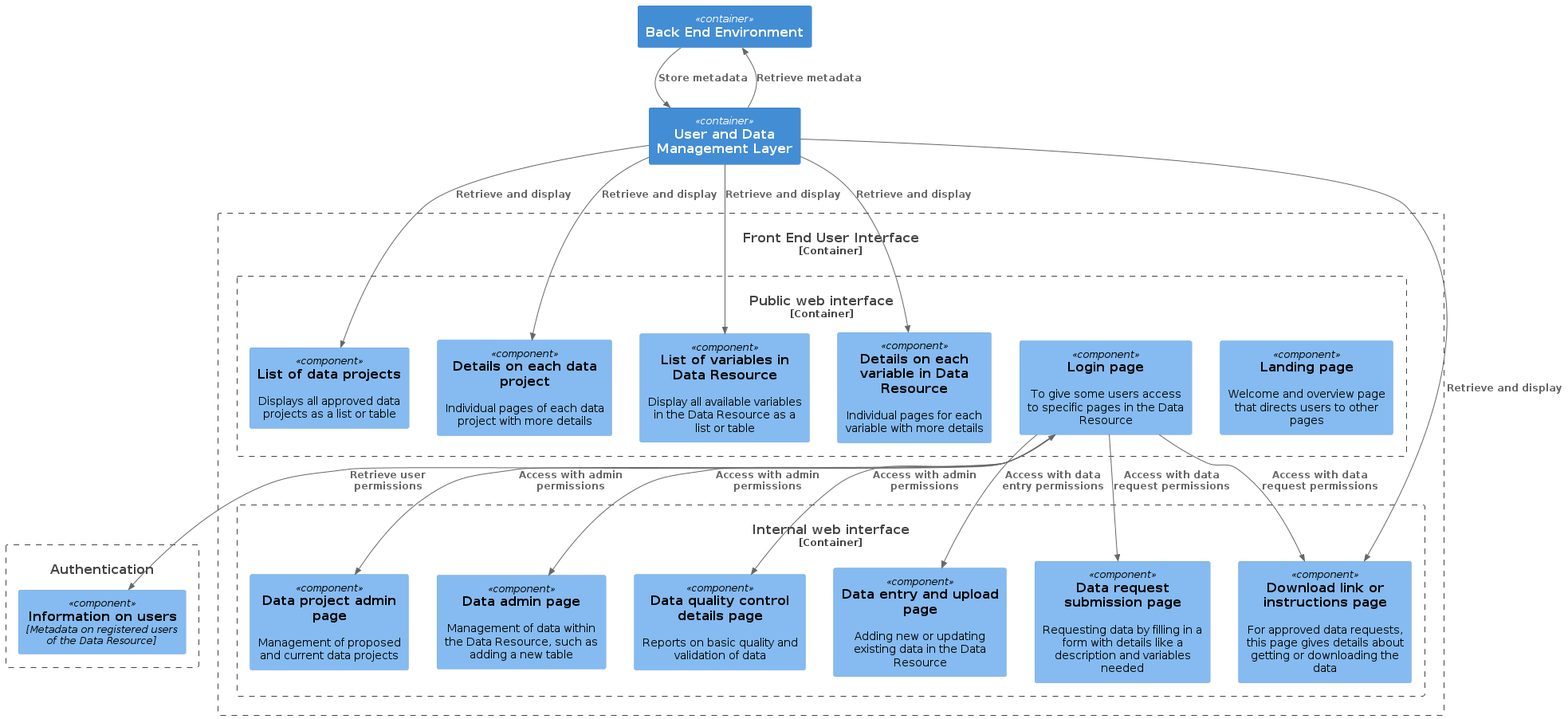
seedcase-project/seedcase-website keeps this PlantUML diagram as design/images/component-ui.png. Above is the earlier version. Its diagram source:
```plantuml
@startuml
!include  https://raw.githubusercontent.com/plantuml-stdlib/C4-PlantUML/master/C4_Component.puml

Container(bee, "Back End Environment")
Container(management, "User and Data Management Layer")
Container(auth, "Authentication")

Container_Boundary(ui, "Front End User Interface") {
  Container_Boundary(auth, "Authentication") {
    Component(user_info, "Information on users", "Metadata on registered users of the Data Resource")
  }
  Container_Boundary(web, "Public web interface") {
    Component(page_landing, "Landing page", $descr="Welcome and overview page that directs users to other pages")
    Component(page_login, "Login page", $descr="To give some users access to specific pages in the Data Resource")
    Component(page_projects_list, "List of data projects", $descr="Displays all approved data projects as a list or table")
    Component(page_projects_details, "Details on each data project", $descr="Individual pages of each data project with more details")
    Component(page_metadata_list, "List of variables in Data Resource", $descr="Display all available variables in the Data Resource as a list or table")
    Component(page_metadata_details, "Details on each variable in Data Resource", $descr="Individual pages for each variable with more details")
  }
  Container_Boundary(web_admin, "Internal web interface") {
    Component(page_project_admin, "Data project admin page", $descr="Management of proposed and current data projects")
    Component(page_data_admin, "Data admin page", $descr="Management of data within the Data Resource, such as adding a new table")
    Component(page_data_qc, "Data quality control details page", $descr="Reports on basic quality and validation of data")

    Component(page_data_upload, "Data entry and upload page", $descr="Adding new or updating existing data in the Data Resource")

    Component(page_data_request, "Data request submission page", $descr="Requesting data by filling in a form with details like a description and variables needed")
    Component(page_data_download, "Download link or instructions page", $descr="For approved data requests, this page gives details about getting or downloading the data")
  }
}

BiRel(page_login, user_info, "Retrieve user permissions")

Rel(page_login, page_data_upload, "Access with data entry permissions")

Rel(page_login, page_data_request, "Access with data request permissions")
Rel(page_login, page_data_download, "Access with data request permissions")

Rel(page_login, page_project_admin, "Access with admin permissions")
Rel(page_login, page_data_admin, "Access with admin permissions")
Rel(page_login, page_data_qc, "Access with admin permissions")

Rel(management, bee, "Retrieve metadata")
Rel(bee, management, "Store metadata")
Rel(management, page_projects_list, "Retrieve and display")
Rel(management, page_projects_details, "Retrieve and display")
Rel(management, page_metadata_list, "Retrieve and display")
Rel(management, page_metadata_details, "Retrieve and display")

Rel(management, page_data_download, "Retrieve and display")
@enduml
```
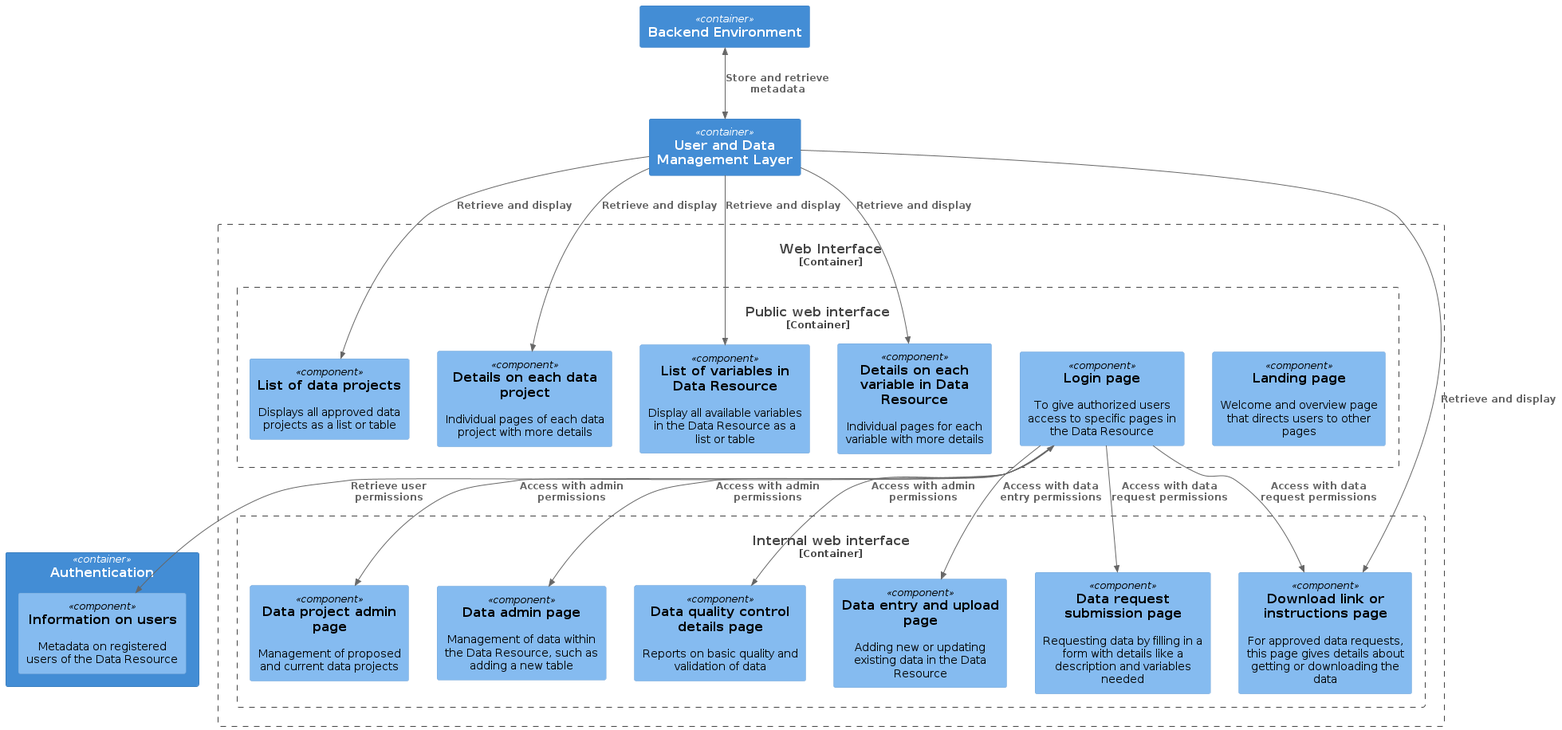
Later version of the same file.

The edit, as a diff of the source:
```diff
@@ -1,17 +1,18 @@
 @startuml
 !include  https://raw.githubusercontent.com/plantuml-stdlib/C4-PlantUML/master/C4_Component.puml
 
-Container(bee, "Back End Environment")
+Container(bee, "Backend Environment")
 Container(management, "User and Data Management Layer")
 Container(auth, "Authentication")
+Container(auth, "Authentication") {
+  Component(user_info, "Information on users", $descr="Metadata on registered users of the Data Resource")
+}
 
-Container_Boundary(ui, "Front End User Interface") {
-  Container_Boundary(auth, "Authentication") {
-    Component(user_info, "Information on users", "Metadata on registered users of the Data Resource")
-  }
+Container_Boundary(ui, "Web Interface") {
+
   Container_Boundary(web, "Public web interface") {
     Component(page_landing, "Landing page", $descr="Welcome and overview page that directs users to other pages")
-    Component(page_login, "Login page", $descr="To give some users access to specific pages in the Data Resource")
+    Component(page_login, "Login page", $descr="To give authorized users access to specific pages in the Data Resource")
     Component(page_projects_list, "List of data projects", $descr="Displays all approved data projects as a list or table")
     Component(page_projects_details, "Details on each data project", $descr="Individual pages of each data project with more details")
     Component(page_metadata_list, "List of variables in Data Resource", $descr="Display all available variables in the Data Resource as a list or table")
@@ -40,8 +41,7 @@
 Rel(page_login, page_data_admin, "Access with admin permissions")
 Rel(page_login, page_data_qc, "Access with admin permissions")
 
-Rel(management, bee, "Retrieve metadata")
-Rel(bee, management, "Store metadata")
+BiRel(bee, management, "Store and retrieve metadata")
 Rel(management, page_projects_list, "Retrieve and display")
 Rel(management, page_projects_details, "Retrieve and display")
 Rel(management, page_metadata_list, "Retrieve and display")
```
